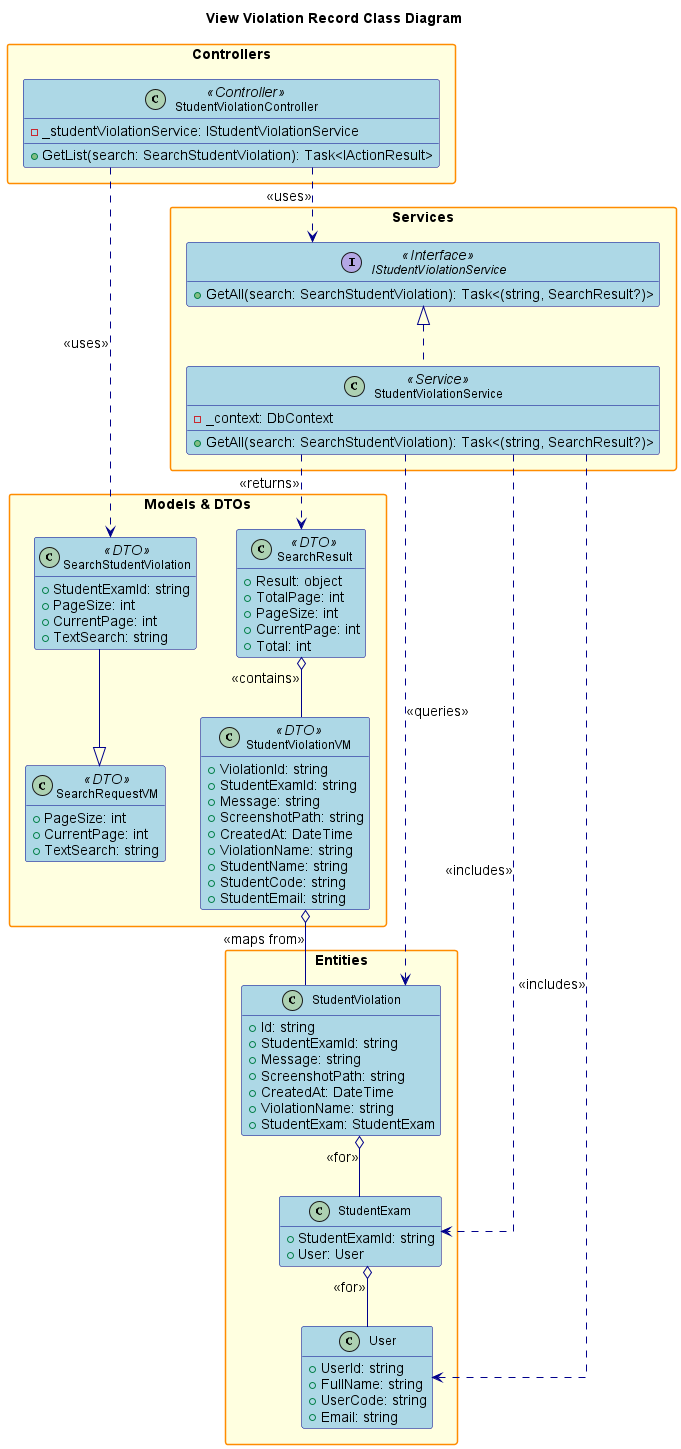
Before: design/out/viewviolationrecord/viewviolationrecord.png, a diagram exported from PlantUML (conghoan1211/AI-Kiosk-Testing-system).
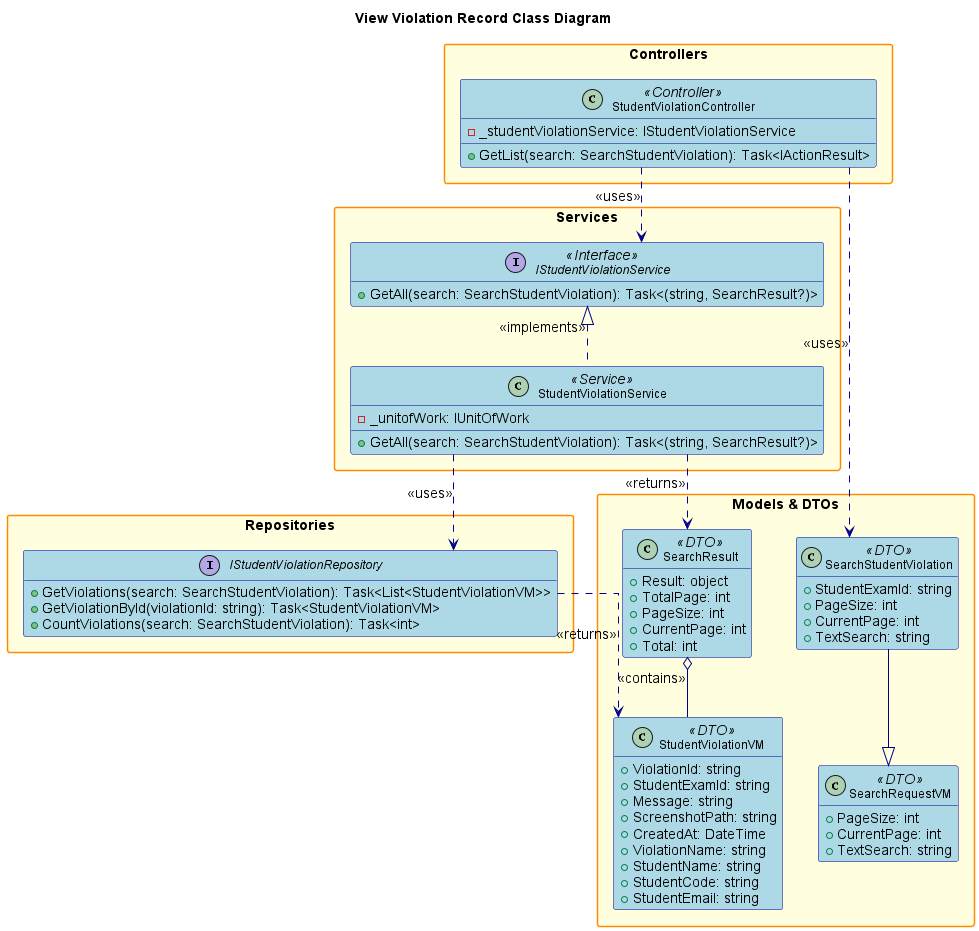
The same diagram one commit later.

The edit, as a diff of the source:
```diff
@@ -25,18 +25,13 @@
     FontSize 14
     FontStyle bold
 }
-
 skinparam interface {
     BackgroundColor LightGreen
     BorderColor DarkGreen
     FontSize 12
 }
 
-skinparam enum {
-    BackgroundColor LightCyan
-    BorderColor DarkCyan
-    FontSize 12
-}
+title View Violation Record Class Diagram
 
 package "Controllers" {
     class StudentViolationController <<Controller>> {
@@ -50,8 +45,16 @@
         + GetAll(search: SearchStudentViolation): Task<(string, SearchResult?)>
     }
     class StudentViolationService <<Service>> {
-        - _context: DbContext
+        - _unitofWork: IUnitOfWork
         + GetAll(search: SearchStudentViolation): Task<(string, SearchResult?)>
+    }
+}
+
+package "Repositories" {
+    interface IStudentViolationRepository {
+        + GetViolations(search: SearchStudentViolation): Task<List<StudentViolationVM>>
+        + GetViolationById(violationId: string): Task<StudentViolationVM>
+        + CountViolations(search: SearchStudentViolation): Task<int>
     }
 }
 
@@ -87,39 +90,13 @@
     }
 }
 
-package "Entities" {
-    class StudentViolation {
-        + Id: string
-        + StudentExamId: string
-        + Message: string
-        + ScreenshotPath: string
-        + CreatedAt: DateTime
-        + ViolationName: string
-        + StudentExam: StudentExam
-    }
-    class StudentExam {
-        + StudentExamId: string
-        + User: User
-    }
-    class User {
-        + UserId: string
-        + FullName: string
-        + UserCode: string
-        + Email: string
-    }
-}
-
 StudentViolationController ..> IStudentViolationService : <<uses>>
 StudentViolationController ..> SearchStudentViolation : <<uses>>
-IStudentViolationService <|.. StudentViolationService
-StudentViolationService ..> StudentViolation : <<queries>>
-StudentViolationService ..> StudentExam : <<includes>>
-StudentViolationService ..> User : <<includes>>
+IStudentViolationService <|.. StudentViolationService : <<implements>>
+StudentViolationService ..> IStudentViolationRepository : <<uses>>
 StudentViolationService ..> SearchResult : <<returns>>
+IStudentViolationRepository ..> StudentViolationVM : <<returns>>
 SearchStudentViolation --|> SearchRequestVM
 SearchResult o-- StudentViolationVM : <<contains>>
-StudentViolation o-- StudentExam : <<for>>
-StudentExam o-- User : <<for>>
-StudentViolationVM o-- StudentViolation : <<maps from>>
 
 @enduml
```
